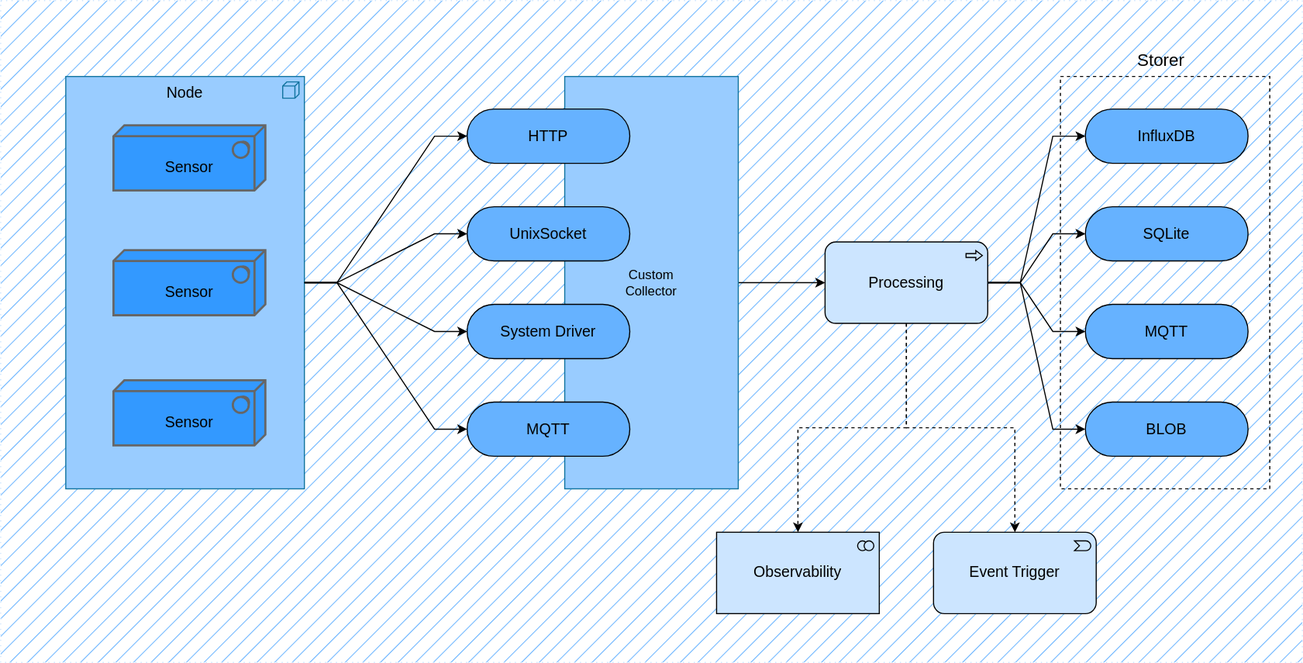
KiraraLab/SnowbankCP keeps this draw.io diagram as docs/static/img/project_struct.drawio.svg. Above is the earlier version. Source tidied: cells renumbered, new cells last; positions are measured from the earlier drawing's top-left corner, leaving out a move shared by most shapes.
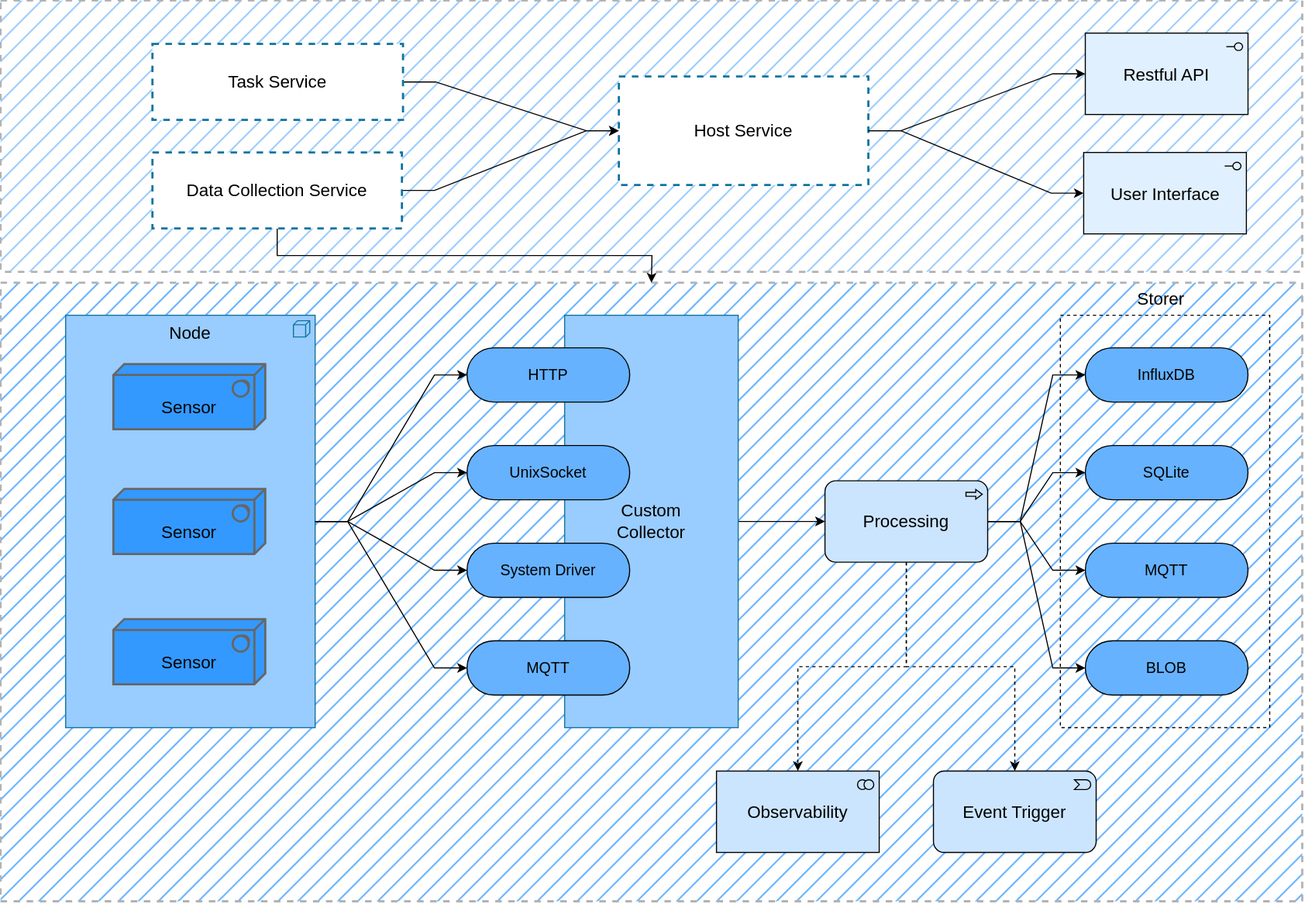
After the commit.

Change to the diagram source:
```diff
@@ -2,8 +2,11 @@
   <root>
     <mxCell id="0" />
     <mxCell id="1" parent="0" />
+    <mxCell id="32" style="rounded=0;whiteSpace=wrap;html=1;fillColor=#99CCFF;dashed=1;strokeColor=#B3B3B3;fillStyle=hatch;strokeWidth=2;" parent="1" vertex="1">
+      <mxGeometry y="-220" width="1200" height="250" as="geometry" />
+    </mxCell>
-    <mxCell id="2" style="rounded=0;whiteSpace=wrap;html=1;fillColor=#66B2FF;dashed=1;dashPattern=1 4;strokeColor=#CCE5FF;fillStyle=hatch;" parent="1" vertex="1">
-      <mxGeometry width="1200" height="610" as="geometry" />
+    <mxCell id="2" style="rounded=0;whiteSpace=wrap;html=1;fillColor=#66B2FF;strokeColor=#B3B3B3;fillStyle=hatch;strokeWidth=2;dashed=1;" parent="1" vertex="1">
+      <mxGeometry y="40" width="1200" height="570" as="geometry" />
     </mxCell>
     <mxCell id="3" style="rounded=0;whiteSpace=wrap;html=1;dashed=1;fillColor=none;" parent="1" vertex="1">
       <mxGeometry x="977" y="70" width="193" height="380" as="geometry" />
@@ -11,34 +14,34 @@
     <mxCell id="4" style="edgeStyle=entityRelationEdgeStyle;rounded=0;jettySize=auto;html=1;" parent="1" edge="1" source="5" target="29">
       <mxGeometry relative="1" as="geometry" />
     </mxCell>
-    <mxCell id="5" value="Node" style="html=1;whiteSpace=wrap;fillColor=#99CCFF;shape=mxgraph.archimate3.application;appType=node;archiType=square;fontSize=14;verticalAlign=top;strokeColor=#10739e;" parent="1" vertex="1">
-      <mxGeometry x="60" y="70" width="220" height="380" as="geometry" />
+    <mxCell id="5" value="Node" style="html=1;whiteSpace=wrap;fillColor=#99CCFF;shape=mxgraph.archimate3.application;appType=node;archiType=square;fontSize=16;verticalAlign=top;strokeColor=#10739e;" parent="1" vertex="1">
+      <mxGeometry x="60" y="70" width="230" height="380" as="geometry" />
     </mxCell>
-    <mxCell id="6" value="&lt;div&gt;&lt;br&gt;&lt;/div&gt;&lt;div&gt;Sensor&lt;/div&gt;" style="html=1;whiteSpace=wrap;fillColor=#3399FF;shape=mxgraph.archimate3.tech;techType=sysSw;fontSize=14;strokeColor=#666666;strokeWidth=2;" parent="1" vertex="1">
+    <mxCell id="6" value="&lt;div style=&quot;font-size: 16px;&quot;&gt;&lt;br style=&quot;font-size: 16px;&quot;&gt;&lt;/div&gt;&lt;div style=&quot;font-size: 16px;&quot;&gt;Sensor&lt;/div&gt;" style="html=1;whiteSpace=wrap;fillColor=#3399FF;shape=mxgraph.archimate3.tech;techType=sysSw;fontSize=16;strokeColor=#666666;strokeWidth=2;" parent="1" vertex="1">
       <mxGeometry x="104" y="115" width="140" height="60" as="geometry" />
     </mxCell>
-    <mxCell id="7" value="&lt;br&gt;&lt;div&gt;Sensor&lt;/div&gt;" style="html=1;whiteSpace=wrap;fillColor=#3399FF;shape=mxgraph.archimate3.tech;techType=sysSw;fontSize=14;strokeColor=#666666;strokeWidth=2;" parent="1" vertex="1">
+    <mxCell id="7" value="&lt;br style=&quot;font-size: 16px;&quot;&gt;&lt;div style=&quot;font-size: 16px;&quot;&gt;Sensor&lt;/div&gt;" style="html=1;whiteSpace=wrap;fillColor=#3399FF;shape=mxgraph.archimate3.tech;techType=sysSw;fontSize=16;strokeColor=#666666;strokeWidth=2;" parent="1" vertex="1">
       <mxGeometry x="104" y="230" width="140" height="60" as="geometry" />
     </mxCell>
-    <mxCell id="8" value="Ob&lt;span style=&quot;background-color: initial;&quot;&gt;servability&lt;/span&gt;" style="html=1;whiteSpace=wrap;fillColor=#CCE5FF;shape=mxgraph.archimate3.application;appType=collab;archiType=square;fontSize=14;" parent="1" vertex="1">
+    <mxCell id="8" value="Ob&lt;span style=&quot;background-color: initial; font-size: 16px;&quot;&gt;servability&lt;/span&gt;" style="html=1;whiteSpace=wrap;fillColor=#CCE5FF;shape=mxgraph.archimate3.application;appType=collab;archiType=square;fontSize=16;" parent="1" vertex="1">
       <mxGeometry x="660" y="490" width="150" height="75" as="geometry" />
     </mxCell>
-    <mxCell id="9" value="Event Trigger" style="html=1;whiteSpace=wrap;fillColor=#CCE5FF;shape=mxgraph.archimate3.application;appType=event;archiType=rounded;fontSize=14;" parent="1" vertex="1">
+    <mxCell id="9" value="Event Trigger" style="html=1;whiteSpace=wrap;fillColor=#CCE5FF;shape=mxgraph.archimate3.application;appType=event;archiType=rounded;fontSize=16;" parent="1" vertex="1">
       <mxGeometry x="860" y="490" width="150" height="75" as="geometry" />
     </mxCell>
     <mxCell id="10" style="edgeStyle=orthogonalEdgeStyle;rounded=0;jettySize=auto;html=1;exitX=0.5;exitY=1;exitDx=0;exitDy=0;exitPerimeter=0;dashed=1;" parent="1" edge="1" source="11" target="9">
       <mxGeometry relative="1" as="geometry" />
     </mxCell>
-    <mxCell id="11" value="Processing" style="html=1;whiteSpace=wrap;fillColor=#CCE5FF;shape=mxgraph.archimate3.application;appType=proc;archiType=rounded;fontSize=14;" parent="1" vertex="1">
+    <mxCell id="11" value="Processing" style="html=1;whiteSpace=wrap;fillColor=#CCE5FF;shape=mxgraph.archimate3.application;appType=proc;archiType=rounded;fontSize=16;" parent="1" vertex="1">
       <mxGeometry x="760" y="222.5" width="150" height="75" as="geometry" />
     </mxCell>
-    <mxCell id="12" value="&lt;br&gt;&lt;div&gt;Sensor&lt;/div&gt;" style="html=1;whiteSpace=wrap;fillColor=#3399FF;shape=mxgraph.archimate3.tech;techType=sysSw;fontSize=14;strokeColor=#666666;strokeWidth=2;" parent="1" vertex="1">
+    <mxCell id="12" value="&lt;br style=&quot;font-size: 16px;&quot;&gt;&lt;div style=&quot;font-size: 16px;&quot;&gt;Sensor&lt;/div&gt;" style="html=1;whiteSpace=wrap;fillColor=#3399FF;shape=mxgraph.archimate3.tech;techType=sysSw;fontSize=16;strokeColor=#666666;strokeWidth=2;" parent="1" vertex="1">
       <mxGeometry x="104" y="350" width="140" height="60" as="geometry" />
     </mxCell>
     <mxCell id="13" style="edgeStyle=orthogonalEdgeStyle;rounded=0;jettySize=auto;html=1;" parent="1" edge="1" source="14" target="11">
       <mxGeometry relative="1" as="geometry" />
     </mxCell>
-    <mxCell id="14" value="&lt;div&gt;Custom&lt;/div&gt;Collector" style="rounded=0;whiteSpace=wrap;html=1;fillColor=#99ccff;strokeColor=#10739e;" parent="1" vertex="1">
+    <mxCell id="14" value="&lt;div style=&quot;font-size: 16px;&quot;&gt;Custom&lt;/div&gt;Collector" style="rounded=0;whiteSpace=wrap;html=1;fillColor=#99ccff;strokeColor=#10739e;fontSize=16;" parent="1" vertex="1">
       <mxGeometry x="520" y="70" width="160" height="380" as="geometry" />
     </mxCell>
     <mxCell id="15" value="InfluxDB" style="html=1;whiteSpace=wrap;fillColor=#66B2FF;shape=mxgraph.archimate3.service;fontSize=14;" parent="1" vertex="1">
@@ -92,5 +95,37 @@
     <mxCell id="31" value="Storer" style="text;html=1;align=center;verticalAlign=middle;whiteSpace=wrap;rounded=0;fontSize=16;" parent="1" vertex="1">
       <mxGeometry x="1040" y="40" width="60" height="30" as="geometry" />
     </mxCell>
+    <mxCell id="33" value="User Interface" style="html=1;outlineConnect=0;whiteSpace=wrap;fillColor=#E0F0FF;shape=mxgraph.archimate3.application;appType=interface;archiType=square;fontSize=16;" parent="1" vertex="1">
+      <mxGeometry x="998.5" y="-80" width="150" height="75" as="geometry" />
+    </mxCell>
+    <mxCell id="34" value="Restful API" style="html=1;outlineConnect=0;whiteSpace=wrap;fillColor=#E0F0FF;shape=mxgraph.archimate3.application;appType=interface;archiType=square;fontSize=16;" parent="1" vertex="1">
+      <mxGeometry x="1000" y="-190" width="150" height="75" as="geometry" />
+    </mxCell>
+    <mxCell id="35" style="edgeStyle=orthogonalEdgeStyle;rounded=0;jettySize=auto;html=1;exitX=0.5;exitY=1;exitDx=0;exitDy=0;" parent="1" edge="1" source="37">
+      <mxGeometry relative="1" as="geometry">
+        <mxPoint x="600" y="40" as="targetPoint" />
+      </mxGeometry>
+    </mxCell>
+    <mxCell id="36" style="edgeStyle=entityRelationEdgeStyle;rounded=0;jettySize=auto;html=1;exitX=1;exitY=0.5;exitDx=0;exitDy=0;entryX=0;entryY=0.5;entryDx=0;entryDy=0;" parent="1" edge="1" source="37" target="40">
+      <mxGeometry relative="1" as="geometry" />
+    </mxCell>
+    <mxCell id="37" value="Data Collection Service&lt;div style=&quot;font-size: 16px;&quot;&gt;&lt;/div&gt;" style="rounded=0;whiteSpace=wrap;html=1;fillColor=#FFFFFF;strokeColor=#10739e;fontSize=16;strokeWidth=2;dashed=1;" parent="1" vertex="1">
+      <mxGeometry x="140" y="-80" width="230" height="70" as="geometry" />
+    </mxCell>
+    <mxCell id="38" style="edgeStyle=entityRelationEdgeStyle;rounded=0;jettySize=auto;html=1;exitX=1;exitY=0.5;exitDx=0;exitDy=0;entryX=0;entryY=0.5;entryDx=0;entryDy=0;" parent="1" edge="1" source="39" target="40">
+      <mxGeometry relative="1" as="geometry" />
+    </mxCell>
+    <mxCell id="39" value="Task Service&lt;div style=&quot;font-size: 16px;&quot;&gt;&lt;/div&gt;" style="rounded=0;whiteSpace=wrap;html=1;fillColor=#FFFFFF;strokeColor=#10739e;fontSize=16;strokeWidth=2;dashed=1;" parent="1" vertex="1">
+      <mxGeometry x="140" y="-180" width="231" height="70" as="geometry" />
+    </mxCell>
+    <mxCell id="40" value="Host Service&lt;div style=&quot;font-size: 16px;&quot;&gt;&lt;/div&gt;" style="rounded=0;whiteSpace=wrap;html=1;fillColor=#FFFFFF;strokeColor=#10739e;fontSize=16;strokeWidth=2;dashed=1;" parent="1" vertex="1">
+      <mxGeometry x="570" y="-150" width="230" height="100" as="geometry" />
+    </mxCell>
+    <mxCell id="41" style="edgeStyle=entityRelationEdgeStyle;rounded=0;jettySize=auto;html=1;exitX=1;exitY=0.5;exitDx=0;exitDy=0;entryX=0;entryY=0.5;entryDx=0;entryDy=0;entryPerimeter=0;" parent="1" edge="1" source="40" target="34">
+      <mxGeometry relative="1" as="geometry" />
+    </mxCell>
+    <mxCell id="42" style="edgeStyle=entityRelationEdgeStyle;rounded=0;jettySize=auto;html=1;exitX=1;exitY=0.5;exitDx=0;exitDy=0;entryX=0;entryY=0.5;entryDx=0;entryDy=0;entryPerimeter=0;" parent="1" edge="1" source="40" target="33">
+      <mxGeometry relative="1" as="geometry" />
+    </mxCell>
   </root>
 </mxGraphModel>
```
